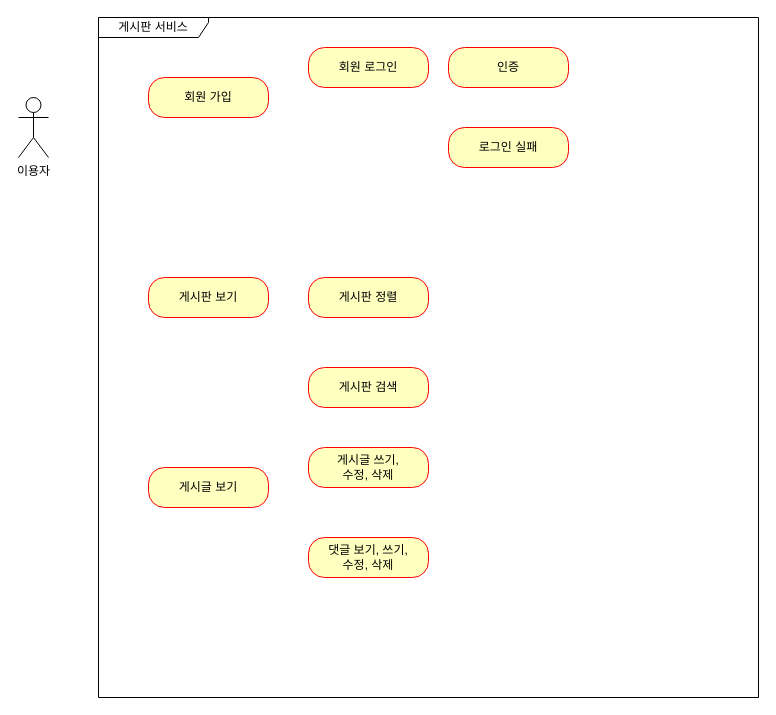
Above: document/제목 없는 다이어그램.drawio in rugii913/fstcmpSpringProject (draw.io), before the change. Source tidied: cells renumbered, new cells numbered last; positions are measured from the earlier drawing's top-left corner, leaving out a move shared by most shapes. Both pictures are drawn from the tidied source at 100%, with x=0, y=0 at pixel (18, 17).
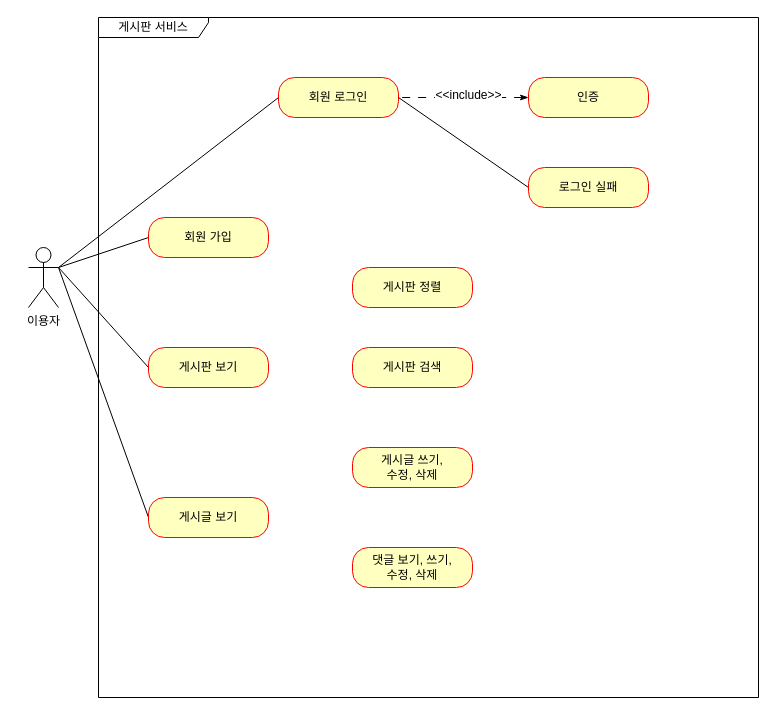
Above is the later version.

Commit message (it also covers changes not shown here):
제목 없는 다이어그램.drawio 업데이트

The edit, as a diff of the source:
```diff
@@
     <mxCell id="2" value="이용자" style="shape=umlActor;verticalLabelPosition=bottom;verticalAlign=top;html=1;" parent="1" vertex="1">
-      <mxGeometry y="80" width="30" height="60" as="geometry" />
+      <mxGeometry x="10" y="230" width="30" height="60" as="geometry" />
     </mxCell>
@@
+    <mxCell id="14" style="rounded=0;jettySize=auto;html=1;exitX=0;exitY=0.5;exitDx=0;exitDy=0;entryX=1;entryY=0.3333333333333333;entryDx=0;entryDy=0;entryPerimeter=0;endArrow=none;endFill=0;" parent="1" edge="1" source="4" target="2">
+      <mxGeometry relative="1" as="geometry" />
+    </mxCell>
     <mxCell id="4" value="회원 가입" style="rounded=1;whiteSpace=wrap;html=1;arcSize=40;fontColor=#000000;fillColor=#ffffc0;strokeColor=#ff0000;" parent="1" vertex="1">
-      <mxGeometry x="130" y="60" width="120" height="40" as="geometry" />
+      <mxGeometry x="130" y="200" width="120" height="40" as="geometry" />
     </mxCell>
+    <mxCell id="15" style="rounded=0;jettySize=auto;html=1;exitX=0;exitY=0.5;exitDx=0;exitDy=0;entryX=1;entryY=0.3333333333333333;entryDx=0;entryDy=0;entryPerimeter=0;endArrow=none;endFill=0;" parent="1" edge="1" source="5" target="2">
+      <mxGeometry relative="1" as="geometry" />
+    </mxCell>
     <mxCell id="5" value="게시판 보기" style="rounded=1;whiteSpace=wrap;html=1;arcSize=40;fontColor=#000000;fillColor=#ffffc0;strokeColor=#ff0000;" parent="1" vertex="1">
-      <mxGeometry x="130" y="260" width="120" height="40" as="geometry" />
+      <mxGeometry x="130" y="330" width="120" height="40" as="geometry" />
     </mxCell>
+    <mxCell id="16" style="edgeStyle=none;shape=connector;rounded=0;jettySize=auto;html=1;exitX=0;exitY=0.5;exitDx=0;exitDy=0;labelBackgroundColor=default;strokeColor=default;fontFamily=Helvetica;fontSize=11;fontColor=default;endArrow=none;endFill=0;" parent="1" edge="1" source="6">
+      <mxGeometry relative="1" as="geometry">
+        <mxPoint x="40" y="250" as="targetPoint" />
+      </mxGeometry>
+    </mxCell>
     <mxCell id="6" value="게시글 보기" style="rounded=1;whiteSpace=wrap;html=1;arcSize=40;fontColor=#000000;fillColor=#ffffc0;strokeColor=#ff0000;" parent="1" vertex="1">
-      <mxGeometry x="130" y="450" width="120" height="40" as="geometry" />
+      <mxGeometry x="130" y="480" width="120" height="40" as="geometry" />
     </mxCell>
+    <mxCell id="17" style="rounded=0;jettySize=auto;html=1;exitX=0;exitY=0.5;exitDx=0;exitDy=0;entryX=1;entryY=0.3333333333333333;entryDx=0;entryDy=0;entryPerimeter=0;endArrow=none;endFill=0;" parent="1" edge="1" source="7" target="2">
+      <mxGeometry relative="1" as="geometry" />
+    </mxCell>
     <mxCell id="7" value="회원 로그인" style="rounded=1;whiteSpace=wrap;html=1;arcSize=40;fontColor=#000000;fillColor=#ffffc0;strokeColor=#ff0000;" parent="1" vertex="1">
-      <mxGeometry x="290" y="30" width="120" height="40" as="geometry" />
+      <mxGeometry x="260" y="60" width="120" height="40" as="geometry" />
     </mxCell>
+    <mxCell id="18" style="edgeStyle=none;shape=connector;rounded=0;jettySize=auto;html=1;entryX=1;entryY=0.5;entryDx=0;entryDy=0;labelBackgroundColor=default;strokeColor=default;fontFamily=Helvetica;fontSize=11;fontColor=default;endArrow=none;endFill=0;dashed=1;dashPattern=8 8;startArrow=classicThin;startFill=1;" parent="1" edge="1" source="8" target="7">
+      <mxGeometry relative="1" as="geometry" />
+    </mxCell>
+    <mxCell id="19" value="&lt;font style=&quot;font-size: 12px;&quot;&gt;&amp;lt;&amp;lt;include&amp;gt;&amp;gt;&lt;/font&gt;" style="edgeLabel;html=1;align=center;verticalAlign=middle;fontSize=11;fontFamily=Helvetica;fontColor=default;" parent="18" vertex="1">
+      <mxGeometry x="-0.06" y="-3" relative="1" as="geometry" />
+    </mxCell>
     <mxCell id="8" value="인증" style="rounded=1;whiteSpace=wrap;html=1;arcSize=40;fontColor=#000000;fillColor=#ffffc0;strokeColor=#ff0000;" parent="1" vertex="1">
-      <mxGeometry x="430" y="30" width="120" height="40" as="geometry" />
+      <mxGeometry x="510" y="60" width="120" height="40" as="geometry" />
     </mxCell>
+    <mxCell id="20" style="edgeStyle=none;shape=connector;rounded=0;jettySize=auto;html=1;exitX=0;exitY=0.5;exitDx=0;exitDy=0;entryX=1;entryY=0.5;entryDx=0;entryDy=0;labelBackgroundColor=default;strokeColor=default;fontFamily=Helvetica;fontSize=11;fontColor=default;endArrow=none;endFill=0;" parent="1" edge="1" source="9" target="7">
+      <mxGeometry relative="1" as="geometry" />
+    </mxCell>
     <mxCell id="9" value="로그인 실패" style="rounded=1;whiteSpace=wrap;html=1;arcSize=40;fontColor=#000000;fillColor=#ffffc0;strokeColor=#ff0000;" parent="1" vertex="1">
-      <mxGeometry x="430" y="110" width="120" height="40" as="geometry" />
+      <mxGeometry x="510" y="150" width="120" height="40" as="geometry" />
     </mxCell>
     <mxCell id="10" value="게시판 정렬" style="rounded=1;whiteSpace=wrap;html=1;arcSize=40;fontColor=#000000;fillColor=#ffffc0;strokeColor=#ff0000;" parent="1" vertex="1">
-      <mxGeometry x="290" y="260" width="120" height="40" as="geometry" />
+      <mxGeometry x="334" y="250" width="120" height="40" as="geometry" />
     </mxCell>
     <mxCell id="11" value="게시판 검색" style="rounded=1;whiteSpace=wrap;html=1;arcSize=40;fontColor=#000000;fillColor=#ffffc0;strokeColor=#ff0000;" parent="1" vertex="1">
-      <mxGeometry x="290" y="350" width="120" height="40" as="geometry" />
+      <mxGeometry x="334" y="330" width="120" height="40" as="geometry" />
     </mxCell>
     <mxCell id="12" value="게시글 쓰기,&lt;br&gt;수정,&amp;nbsp;삭제" style="rounded=1;whiteSpace=wrap;html=1;arcSize=40;fontColor=#000000;fillColor=#ffffc0;strokeColor=#ff0000;" parent="1" vertex="1">
-      <mxGeometry x="290" y="430" width="120" height="40" as="geometry" />
+      <mxGeometry x="334" y="430" width="120" height="40" as="geometry" />
     </mxCell>
     <mxCell id="13" value="댓글 보기, 쓰기,&lt;br&gt;수정,&amp;nbsp;삭제" style="rounded=1;whiteSpace=wrap;html=1;arcSize=40;fontColor=#000000;fillColor=#ffffc0;strokeColor=#ff0000;" parent="1" vertex="1">
-      <mxGeometry x="290" y="520" width="120" height="40" as="geometry" />
+      <mxGeometry x="334" y="530" width="120" height="40" as="geometry" />
     </mxCell>
```
